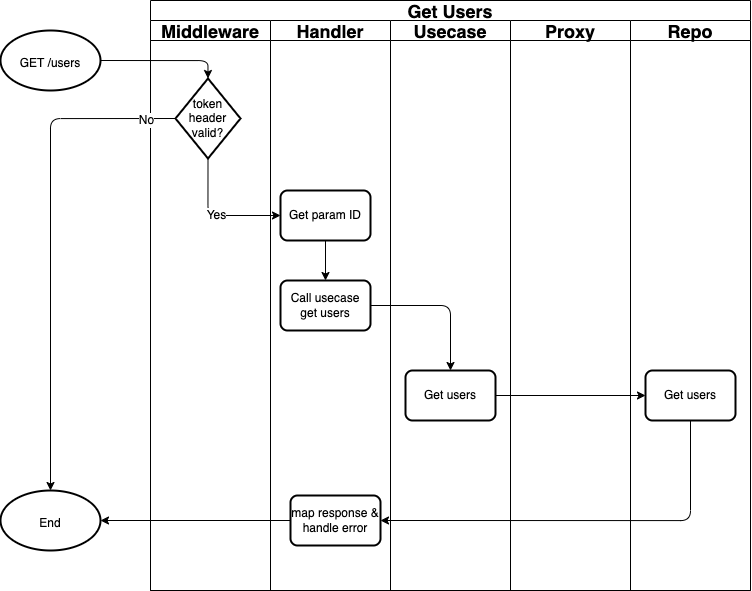
Earlier version of the draw.io export docs/flow-chart-get-user.png (guntoroyk/go-user-api). Source tidied: cells renumbered, new cells last; positions are measured from the earlier drawing's top-left corner, leaving out a move shared by most shapes.
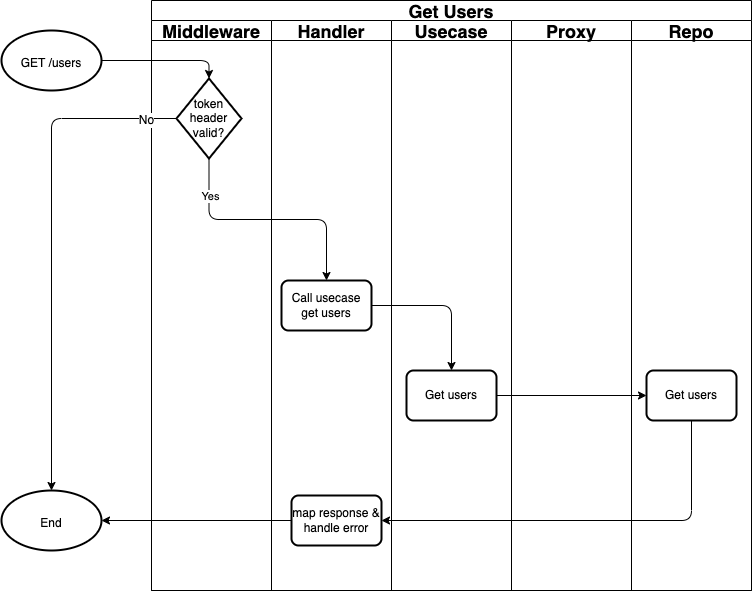
After the commit.

Diff of the diagram source:
```diff
@@ -14,66 +14,63 @@
     <mxCell id="5" value="Handler" style="swimlane;startSize=20;fontSize=18;strokeColor=default;" parent="2" vertex="1">
       <mxGeometry x="120" y="20" width="120" height="570" as="geometry" />
     </mxCell>
-    <mxCell id="6" style="edgeStyle=orthogonalEdgeStyle;html=1;exitX=0.5;exitY=1;exitDx=0;exitDy=0;entryX=0.5;entryY=0;entryDx=0;entryDy=0;fontSize=12;" parent="5" edge="1" source="7" target="8">
-      <mxGeometry relative="1" as="geometry" />
+    <mxCell id="6" value="Call usecase get users" style="rounded=1;whiteSpace=wrap;html=1;absoluteArcSize=1;arcSize=14;strokeWidth=2;fontSize=12;" parent="5" vertex="1">
+      <mxGeometry x="10" y="260" width="90" height="50" as="geometry" />
     </mxCell>
-    <mxCell id="7" value="Get param ID" style="rounded=1;whiteSpace=wrap;html=1;absoluteArcSize=1;arcSize=14;strokeWidth=2;fontSize=12;" parent="5" vertex="1">
-      <mxGeometry x="10" y="170" width="90" height="50" as="geometry" />
+    <mxCell id="7" value="map response &amp;amp; handle error" style="rounded=1;whiteSpace=wrap;html=1;absoluteArcSize=1;arcSize=14;strokeWidth=2;fontSize=12;" parent="5" vertex="1">
+      <mxGeometry x="20" y="475" width="90" height="50" as="geometry" />
     </mxCell>
-    <mxCell id="8" value="Call usecase get users" style="rounded=1;whiteSpace=wrap;html=1;absoluteArcSize=1;arcSize=14;strokeWidth=2;fontSize=12;" parent="5" vertex="1">
-      <mxGeometry x="10" y="260" width="90" height="50" as="geometry" />
+    <mxCell id="8" value="Usecase" style="swimlane;startSize=20;fontSize=18;strokeColor=default;" parent="2" vertex="1">
+      <mxGeometry x="240" y="20" width="120" height="570" as="geometry" />
     </mxCell>
-    <mxCell id="9" value="map response &amp;amp; handle error" style="rounded=1;whiteSpace=wrap;html=1;absoluteArcSize=1;arcSize=14;strokeWidth=2;fontSize=12;" parent="5" vertex="1">
-      <mxGeometry x="20" y="475" width="90" height="50" as="geometry" />
+    <mxCell id="9" value="Get users" style="rounded=1;whiteSpace=wrap;html=1;absoluteArcSize=1;arcSize=14;strokeWidth=2;fontSize=12;" parent="8" vertex="1">
+      <mxGeometry x="15" y="350" width="90" height="50" as="geometry" />
     </mxCell>
-    <mxCell id="10" value="Usecase" style="swimlane;startSize=20;fontSize=18;strokeColor=default;" parent="2" vertex="1">
-      <mxGeometry x="240" y="20" width="120" height="570" as="geometry" />
+    <mxCell id="10" value="Proxy" style="swimlane;startSize=20;fontSize=18;strokeColor=default;" parent="2" vertex="1">
+      <mxGeometry x="360" y="20" width="120" height="570" as="geometry" />
     </mxCell>
-    <mxCell id="11" value="Get users" style="rounded=1;whiteSpace=wrap;html=1;absoluteArcSize=1;arcSize=14;strokeWidth=2;fontSize=12;" parent="10" vertex="1">
-      <mxGeometry x="15" y="350" width="90" height="50" as="geometry" />
+    <mxCell id="11" value="Repo" style="swimlane;startSize=20;fontSize=18;strokeColor=default;" parent="2" vertex="1">
+      <mxGeometry x="480" y="20" width="120" height="570" as="geometry" />
     </mxCell>
-    <mxCell id="12" value="Proxy" style="swimlane;startSize=20;fontSize=18;strokeColor=default;" parent="2" vertex="1">
-      <mxGeometry x="360" y="20" width="120" height="570" as="geometry" />
+    <mxCell id="12" value="Get users" style="rounded=1;whiteSpace=wrap;html=1;absoluteArcSize=1;arcSize=14;strokeWidth=2;fontSize=12;" parent="11" vertex="1">
+      <mxGeometry x="15" y="350" width="90" height="50" as="geometry" />
     </mxCell>
-    <mxCell id="13" value="Repo" style="swimlane;startSize=20;fontSize=18;strokeColor=default;" parent="2" vertex="1">
-      <mxGeometry x="480" y="20" width="120" height="570" as="geometry" />
+    <mxCell id="13" style="edgeStyle=orthogonalEdgeStyle;html=1;exitX=1;exitY=0.5;exitDx=0;exitDy=0;fontSize=12;" parent="2" edge="1" source="9" target="12">
+      <mxGeometry relative="1" as="geometry" />
     </mxCell>
-    <mxCell id="14" value="Get users" style="rounded=1;whiteSpace=wrap;html=1;absoluteArcSize=1;arcSize=14;strokeWidth=2;fontSize=12;" parent="13" vertex="1">
-      <mxGeometry x="15" y="350" width="90" height="50" as="geometry" />
+    <mxCell id="14" style="edgeStyle=orthogonalEdgeStyle;html=1;exitX=0.5;exitY=1;exitDx=0;exitDy=0;entryX=1;entryY=0.5;entryDx=0;entryDy=0;fontSize=12;" parent="2" edge="1" source="12" target="7">
+      <mxGeometry relative="1" as="geometry" />
     </mxCell>
-    <mxCell id="15" style="edgeStyle=orthogonalEdgeStyle;html=1;exitX=1;exitY=0.5;exitDx=0;exitDy=0;fontSize=12;" parent="2" edge="1" source="11" target="14">
+    <mxCell id="15" style="edgeStyle=orthogonalEdgeStyle;html=1;exitX=1;exitY=0.5;exitDx=0;exitDy=0;fontSize=12;" parent="2" edge="1" source="6" target="9">
       <mxGeometry relative="1" as="geometry" />
     </mxCell>
-    <mxCell id="16" style="edgeStyle=orthogonalEdgeStyle;html=1;exitX=0.5;exitY=1;exitDx=0;exitDy=0;entryX=1;entryY=0.5;entryDx=0;entryDy=0;fontSize=12;" parent="2" edge="1" source="14" target="9">
+    <mxCell id="16" style="edgeStyle=orthogonalEdgeStyle;html=1;exitX=0.5;exitY=1;exitDx=0;exitDy=0;entryX=0.5;entryY=0;entryDx=0;entryDy=0;fontSize=12;exitPerimeter=0;" parent="2" edge="1" source="4" target="6">
       <mxGeometry relative="1" as="geometry" />
     </mxCell>
-    <mxCell id="17" style="edgeStyle=orthogonalEdgeStyle;html=1;exitX=1;exitY=0.5;exitDx=0;exitDy=0;fontSize=12;" parent="2" edge="1" source="8" target="11">
-      <mxGeometry relative="1" as="geometry" />
+    <mxCell id="17" value="Yes" style="edgeLabel;html=1;align=center;verticalAlign=middle;" parent="16" vertex="1">
+      <mxGeometry x="-0.68" y="1" relative="1" as="geometry" />
     </mxCell>
-    <mxCell id="18" value="Yes" style="edgeStyle=orthogonalEdgeStyle;html=1;exitX=0.5;exitY=1;exitDx=0;exitDy=0;exitPerimeter=0;entryX=0;entryY=0.5;entryDx=0;entryDy=0;fontSize=12;" parent="2" edge="1" source="4" target="7">
+    <mxCell id="18" style="edgeStyle=orthogonalEdgeStyle;html=1;exitX=1;exitY=0.5;exitDx=0;exitDy=0;exitPerimeter=0;entryX=0.5;entryY=0;entryDx=0;entryDy=0;entryPerimeter=0;fontSize=12;" parent="1" edge="1" source="19" target="4">
       <mxGeometry relative="1" as="geometry" />
     </mxCell>
-    <mxCell id="19" style="edgeStyle=orthogonalEdgeStyle;html=1;exitX=1;exitY=0.5;exitDx=0;exitDy=0;exitPerimeter=0;entryX=0.5;entryY=0;entryDx=0;entryDy=0;entryPerimeter=0;fontSize=12;" parent="1" edge="1" source="20" target="4">
-      <mxGeometry relative="1" as="geometry" />
+    <mxCell id="19" value="&lt;font style=&quot;font-size: 12px&quot;&gt;GET /users&lt;/font&gt;" style="strokeWidth=2;html=1;shape=mxgraph.flowchart.start_1;whiteSpace=wrap;fontSize=18;" parent="1" vertex="1">
+      <mxGeometry y="30" width="100" height="60" as="geometry" />
     </mxCell>
-    <mxCell id="20" value="&lt;font style=&quot;font-size: 12px&quot;&gt;GET /users&lt;/font&gt;" style="strokeWidth=2;html=1;shape=mxgraph.flowchart.start_1;whiteSpace=wrap;fontSize=18;" parent="1" vertex="1">
-      <mxGeometry y="30" width="100" height="60" as="geometry" />
+    <mxCell id="20" value="&lt;font style=&quot;font-size: 12px&quot;&gt;End&lt;/font&gt;" style="strokeWidth=2;html=1;shape=mxgraph.flowchart.start_1;whiteSpace=wrap;fontSize=18;" parent="1" vertex="1">
+      <mxGeometry y="490" width="100" height="60" as="geometry" />
     </mxCell>
-    <mxCell id="21" value="&lt;font style=&quot;font-size: 12px&quot;&gt;End&lt;/font&gt;" style="strokeWidth=2;html=1;shape=mxgraph.flowchart.start_1;whiteSpace=wrap;fontSize=18;" parent="1" vertex="1">
-      <mxGeometry y="490" width="100" height="60" as="geometry" />
+    <mxCell id="21" style="edgeStyle=orthogonalEdgeStyle;html=1;exitX=0;exitY=0.5;exitDx=0;exitDy=0;entryX=1;entryY=0.5;entryDx=0;entryDy=0;entryPerimeter=0;fontSize=12;" parent="1" edge="1" source="7" target="20">
+      <mxGeometry relative="1" as="geometry" />
     </mxCell>
-    <mxCell id="22" style="edgeStyle=orthogonalEdgeStyle;html=1;exitX=0;exitY=0.5;exitDx=0;exitDy=0;entryX=1;entryY=0.5;entryDx=0;entryDy=0;entryPerimeter=0;fontSize=12;" parent="1" edge="1" source="9" target="21">
-      <mxGeometry relative="1" as="geometry" />
+    <mxCell id="22" style="edgeStyle=orthogonalEdgeStyle;html=1;exitX=0;exitY=0.5;exitDx=0;exitDy=0;exitPerimeter=0;fontSize=12;" parent="1" edge="1" source="4">
+      <mxGeometry relative="1" as="geometry">
+        <mxPoint x="50" y="490" as="targetPoint" />
+      </mxGeometry>
     </mxCell>
-    <mxCell id="23" style="edgeStyle=orthogonalEdgeStyle;html=1;exitX=0;exitY=0.5;exitDx=0;exitDy=0;exitPerimeter=0;fontSize=12;" parent="1" edge="1" source="4">
-      <mxGeometry relative="1" as="geometry">
-        <mxPoint x="50" y="490" as="targetPoint" />
+    <mxCell id="23" value="No" style="edgeLabel;html=1;align=center;verticalAlign=middle;fontSize=12;" parent="22" vertex="1">
+      <mxGeometry x="-0.88" y="1" relative="1" as="geometry">
+        <mxPoint x="1" as="offset" />
       </mxGeometry>
     </mxCell>
-    <mxCell id="24" value="No" style="edgeLabel;html=1;align=center;verticalAlign=middle;fontSize=12;" parent="23" vertex="1">
-      <mxGeometry x="-0.88" y="1" relative="1" as="geometry">
-        <mxPoint x="1" as="offset" />
-      </mxGeometry>
-    </mxCell>
   </root>
 </mxGraphModel>
```
